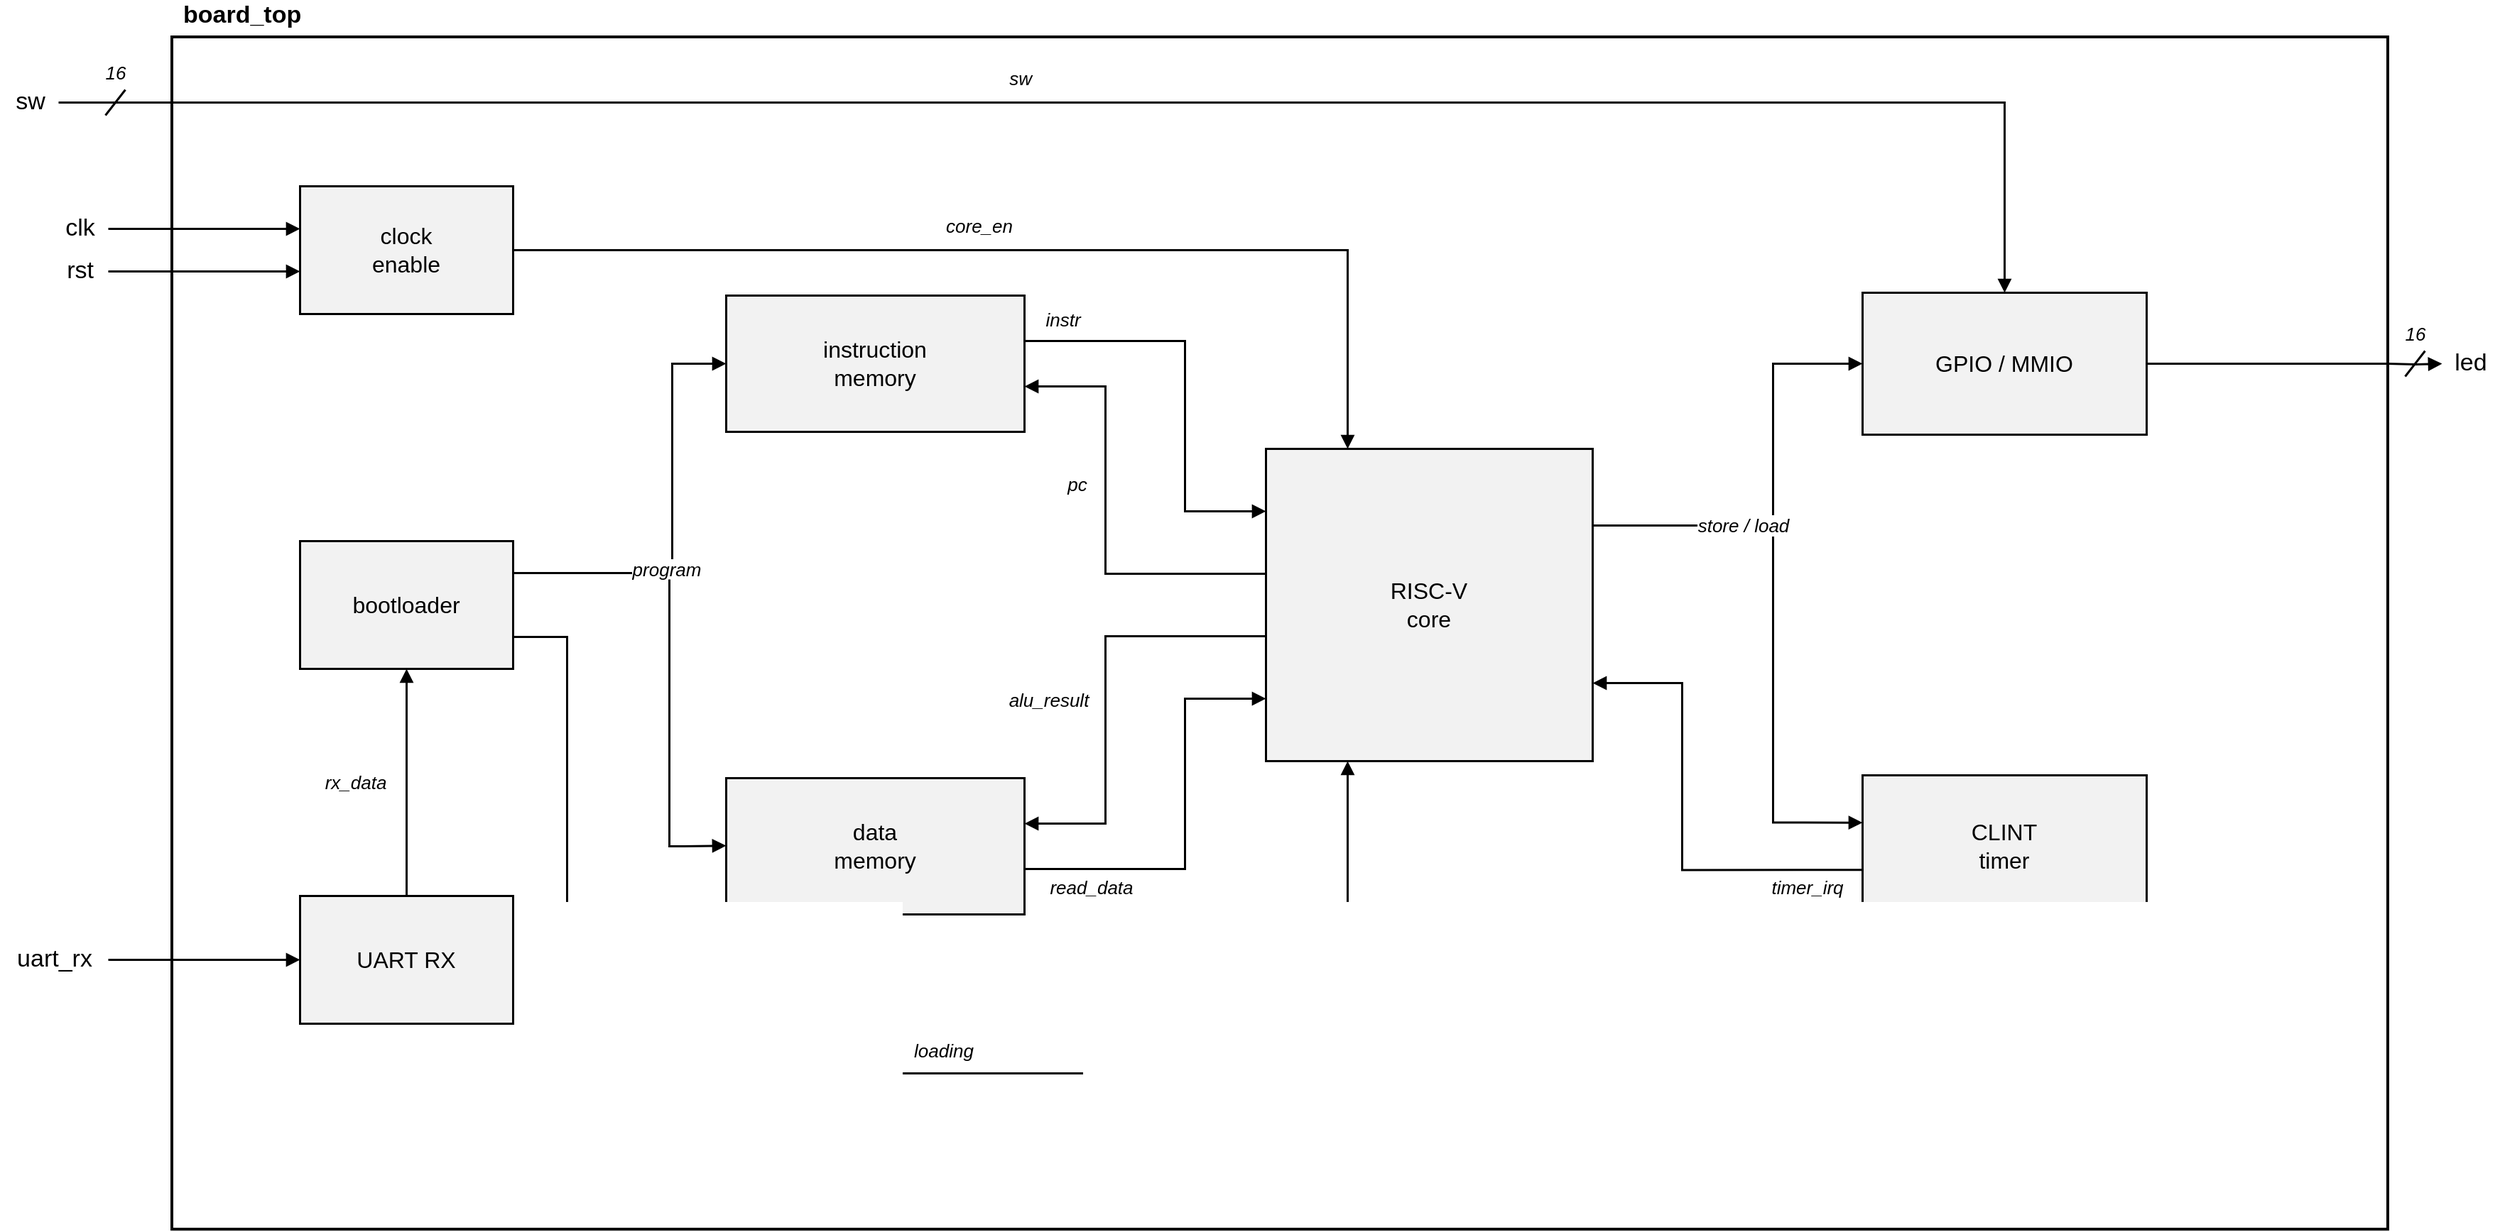
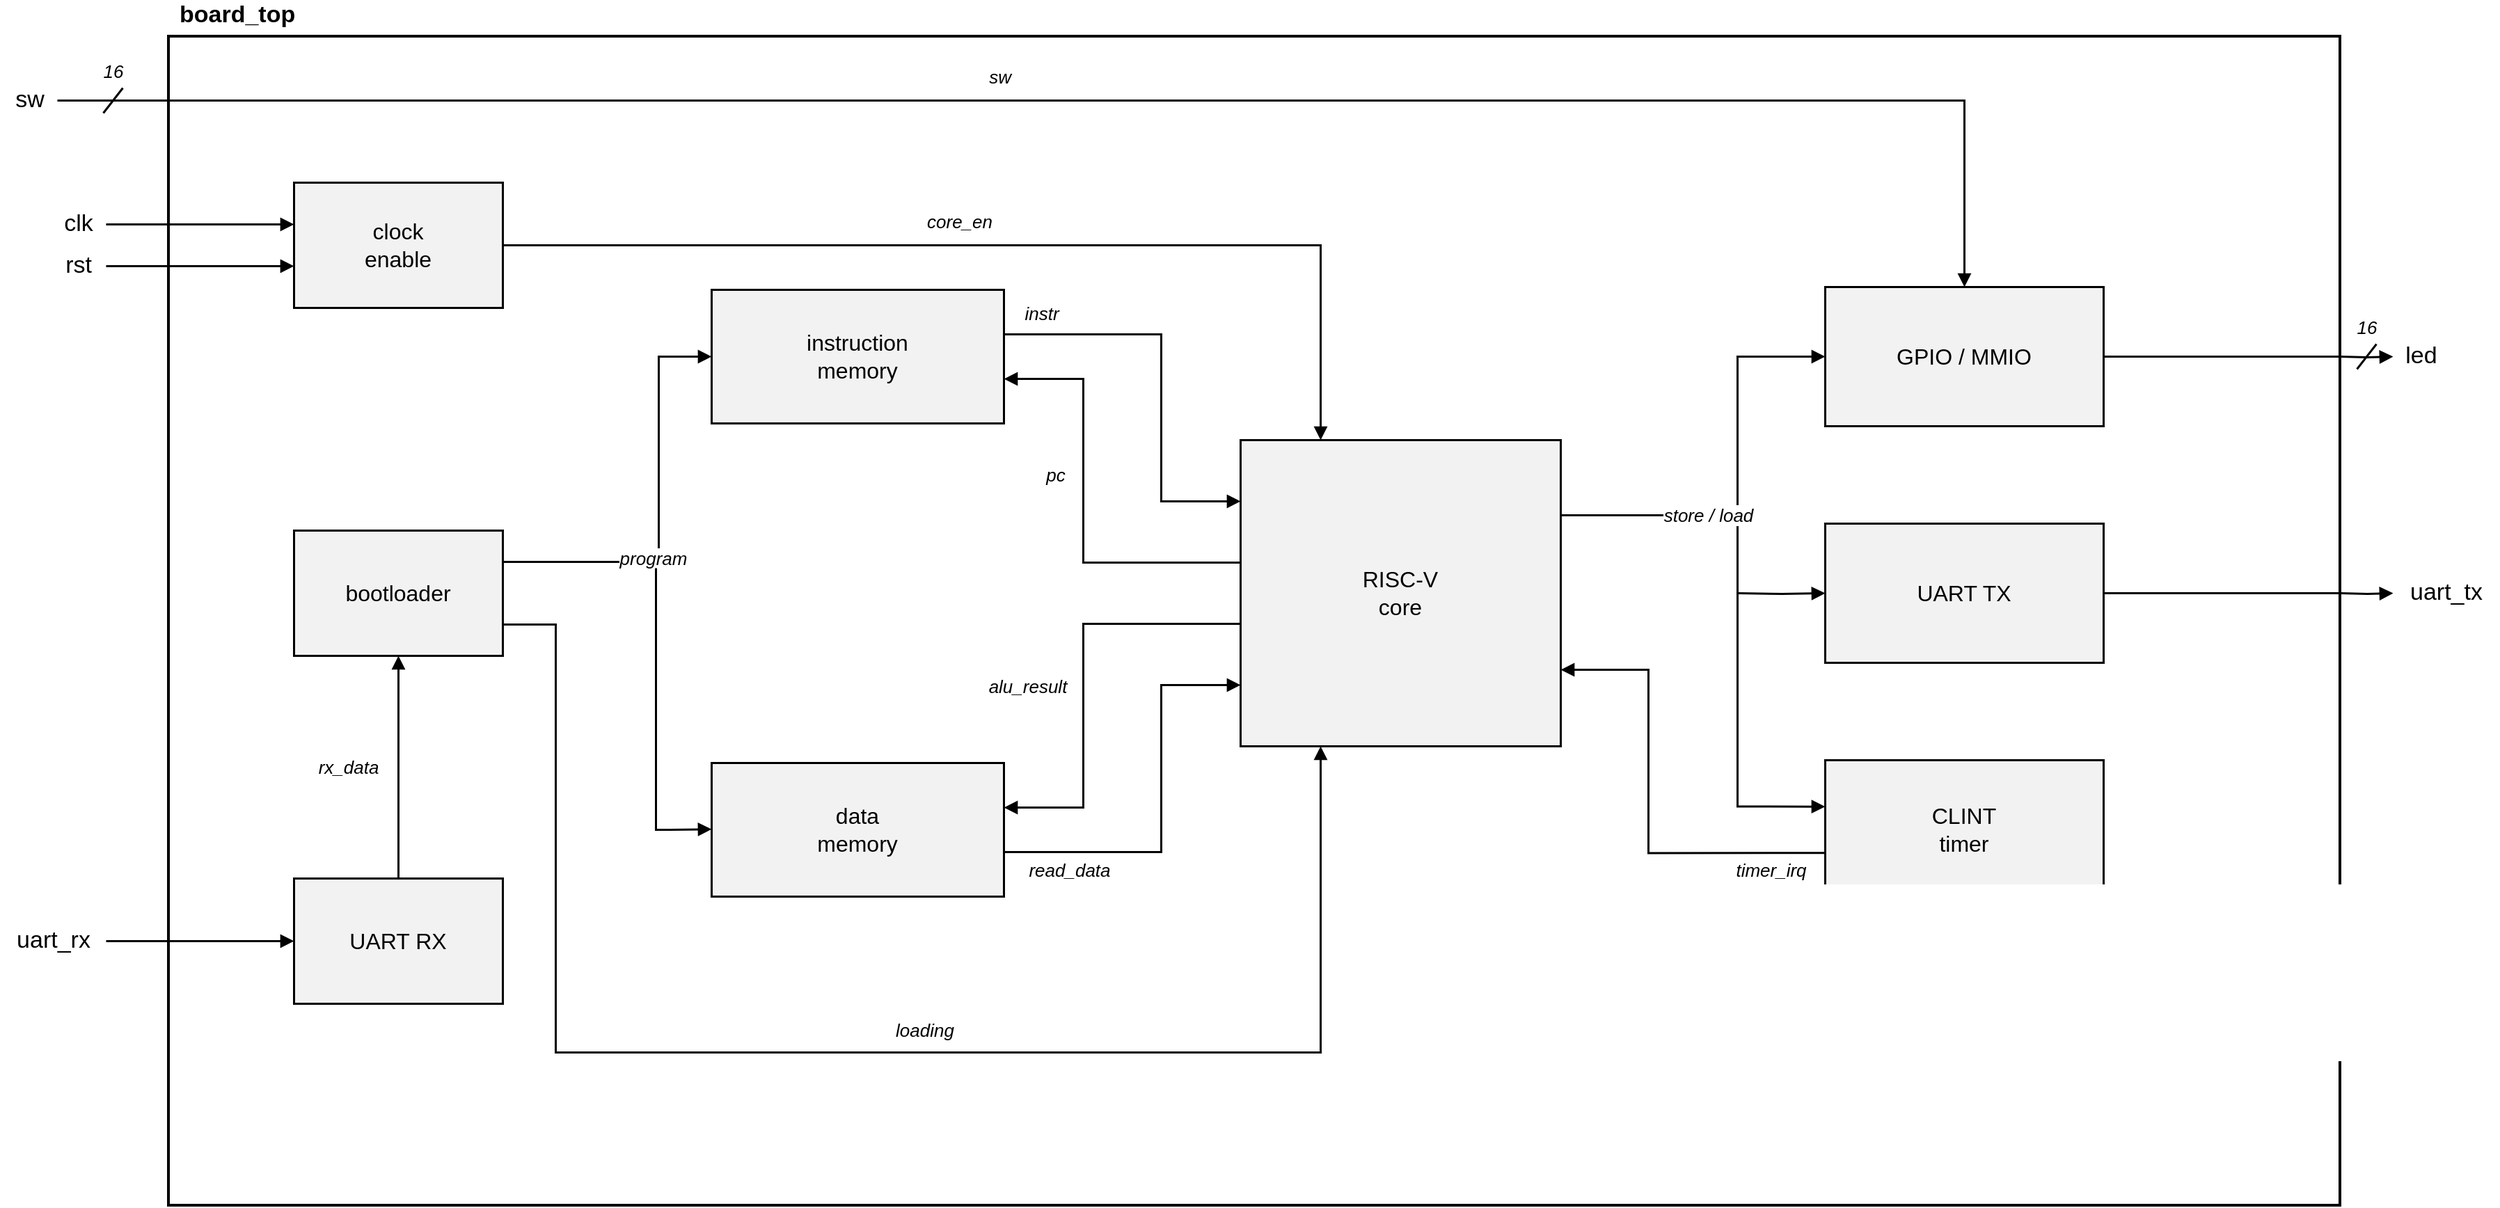
<mxfile host="65bd71144e" scale="2" border="10">
    <diagram name="board_top" id="board_top">
        <mxGraphModel dx="3333" dy="1522" grid="0" gridSize="10" guides="1" tooltips="1" connect="1" arrows="1" fold="1" page="1" pageScale="1" pageWidth="1880" pageHeight="1040" background="#ffffff" math="0" shadow="0">
            <root>
                <mxCell id="0"/>
                <mxCell id="1" parent="0"/>
                <mxCell id="outer" value="" style="rounded=0;whiteSpace=wrap;html=1;fillColor=none;strokeColor=#000000;strokeWidth=2;" parent="1" vertex="1">
                    <mxGeometry x="150" y="90" width="1560" height="840" as="geometry"/>
                </mxCell>
                <mxCell id="outer-lbl" value="board_top" style="text;html=1;align=left;verticalAlign=middle;fontStyle=1;fontSize=17;fillColor=none;strokeColor=none;" parent="1" vertex="1">
                    <mxGeometry x="156" y="64" width="160" height="22" as="geometry"/>
                </mxCell>
                <mxCell id="clken" value="clock&#xa;enable" style="rounded=0;whiteSpace=wrap;html=1;fillColor=#f2f2f2;strokeColor=#000000;strokeWidth=1.5;align=center;verticalAlign=middle;fontSize=16;" parent="1" vertex="1">
                    <mxGeometry x="240" y="195" width="150" height="90" as="geometry"/>
                </mxCell>
                <mxCell id="boot" value="bootloader" style="rounded=0;whiteSpace=wrap;html=1;fillColor=#f2f2f2;strokeColor=#000000;strokeWidth=1.5;align=center;verticalAlign=middle;fontSize=16;" parent="1" vertex="1">
                    <mxGeometry x="240" y="445" width="150" height="90" as="geometry"/>
                </mxCell>
                <mxCell id="uart" value="UART RX" style="rounded=0;whiteSpace=wrap;html=1;fillColor=#f2f2f2;strokeColor=#000000;strokeWidth=1.5;align=center;verticalAlign=middle;fontSize=16;" parent="1" vertex="1">
                    <mxGeometry x="240" y="695" width="150" height="90" as="geometry"/>
                </mxCell>
                <mxCell id="imem" value="instruction&#xa;memory" style="rounded=0;whiteSpace=wrap;html=1;fillColor=#f2f2f2;strokeColor=#000000;strokeWidth=1.5;align=center;verticalAlign=middle;fontSize=16;" parent="1" vertex="1">
                    <mxGeometry x="540" y="272" width="210" height="96" as="geometry"/>
                </mxCell>
                <mxCell id="dmem" value="data&#xa;memory" style="rounded=0;whiteSpace=wrap;html=1;fillColor=#f2f2f2;strokeColor=#000000;strokeWidth=1.5;align=center;verticalAlign=middle;fontSize=16;" parent="1" vertex="1">
                    <mxGeometry x="540" y="612" width="210" height="96" as="geometry"/>
                </mxCell>
                <mxCell id="core" value="RISC-V&#xa;core" style="rounded=0;whiteSpace=wrap;html=1;fillColor=#f2f2f2;strokeColor=#000000;strokeWidth=1.5;align=center;verticalAlign=middle;fontSize=16;" parent="1" vertex="1">
                    <mxGeometry x="920" y="380" width="230" height="220" as="geometry"/>
                </mxCell>
                <mxCell id="gpio" value="GPIO / MMIO" style="rounded=0;whiteSpace=wrap;html=1;fillColor=#f2f2f2;strokeColor=#000000;strokeWidth=1.5;align=center;verticalAlign=middle;fontSize=16;" parent="1" vertex="1">
                    <mxGeometry x="1340" y="270" width="200" height="100" as="geometry"/>
                </mxCell>
                <mxCell id="clint" value="CLINT&#xa;timer" style="rounded=0;whiteSpace=wrap;html=1;fillColor=#f2f2f2;strokeColor=#000000;strokeWidth=1.5;align=center;verticalAlign=middle;fontSize=16;" parent="1" vertex="1">
                    <mxGeometry x="1340" y="610" width="200" height="100" as="geometry"/>
                </mxCell>
                <mxCell id="io-sw" value="sw" style="text;html=1;align=center;verticalAlign=middle;fontSize=17;fillColor=none;strokeColor=none;" parent="1" vertex="1">
                    <mxGeometry x="30" y="125" width="40" height="22" as="geometry"/>
                </mxCell>
                <mxCell id="io-clk" value="clk" style="text;html=1;align=center;verticalAlign=middle;fontSize=17;fillColor=none;strokeColor=none;" parent="1" vertex="1">
                    <mxGeometry x="65" y="214" width="40" height="22" as="geometry"/>
                </mxCell>
                <mxCell id="io-rst" value="rst" style="text;html=1;align=center;verticalAlign=middle;fontSize=17;fillColor=none;strokeColor=none;" parent="1" vertex="1">
                    <mxGeometry x="65" y="244" width="40" height="22" as="geometry"/>
                </mxCell>
                <mxCell id="io-uartrx" value="uart_rx" style="text;html=1;align=center;verticalAlign=middle;fontSize=17;fillColor=none;strokeColor=none;" parent="1" vertex="1">
                    <mxGeometry x="29" y="729" width="76" height="22" as="geometry"/>
                </mxCell>
                <mxCell id="io-led" value="led" style="text;html=1;align=center;verticalAlign=middle;fontSize=17;fillColor=none;strokeColor=none;" parent="1" vertex="1">
                    <mxGeometry x="1748" y="309" width="40" height="22" as="geometry"/>
                </mxCell>
                <mxCell id="e-clk" style="edgeStyle=orthogonalEdgeStyle;rounded=0;html=1;strokeColor=#000000;strokeWidth=1.5;endArrow=block;endFill=1;exitX=1;exitY=0.5;entryX=0;entryY=0.3333;" parent="1" source="io-clk" target="clken" edge="1">
                    <mxGeometry relative="1" as="geometry"/>
                </mxCell>
                <mxCell id="e-rst" style="edgeStyle=orthogonalEdgeStyle;rounded=0;html=1;strokeColor=#000000;strokeWidth=1.5;endArrow=block;endFill=1;exitX=1;exitY=0.5;entryX=0;entryY=0.6667;" parent="1" source="io-rst" target="clken" edge="1">
                    <mxGeometry relative="1" as="geometry"/>
                </mxCell>
                <mxCell id="e-uartrx" style="edgeStyle=orthogonalEdgeStyle;rounded=0;html=1;strokeColor=#000000;strokeWidth=1.5;endArrow=block;endFill=1;exitX=1;exitY=0.5;entryX=0;entryY=0.5;" parent="1" source="io-uartrx" target="uart" edge="1">
                    <mxGeometry relative="1" as="geometry"/>
                </mxCell>
                <mxCell id="e-sw" value="sw" style="edgeStyle=orthogonalEdgeStyle;rounded=0;html=1;strokeColor=#000000;strokeWidth=1.5;endArrow=block;endFill=1;labelBackgroundColor=#ffffff;fontStyle=2;fontSize=13;exitX=1;exitY=0.5;entryX=0.5;entryY=0;" parent="1" source="io-sw" target="gpio" edge="1">
                    <mxGeometry x="-0.1" relative="1" as="geometry">
                        <mxPoint y="-17" as="offset"/>
                        <Array as="points">
                            <mxPoint x="1440" y="136"/>
                        </Array>
                    </mxGeometry>
                </mxCell>
                <mxCell id="e-rxdata" value="rx_data" style="edgeStyle=orthogonalEdgeStyle;rounded=0;html=1;strokeColor=#000000;strokeWidth=1.5;endArrow=block;endFill=1;labelBackgroundColor=#ffffff;fontStyle=2;fontSize=13;exitX=0.5;exitY=0;entryX=0.5;entryY=1;" parent="1" source="uart" target="boot" edge="1">
                    <mxGeometry relative="1" as="geometry">
                        <mxPoint x="-36" as="offset"/>
                    </mxGeometry>
                </mxCell>
                <mxCell id="e-prog-imem" value="program" style="edgeStyle=orthogonalEdgeStyle;rounded=0;html=1;strokeColor=#000000;strokeWidth=1.5;endArrow=block;endFill=1;labelBackgroundColor=#ffffff;fontStyle=2;fontSize=13;exitX=1;exitY=0.25;entryX=0;entryY=0.5;" parent="1" source="boot" target="imem" edge="1">
                    <mxGeometry x="-0.274" y="3" relative="1" as="geometry">
                        <mxPoint as="offset"/>
                        <Array as="points">
                            <mxPoint x="502" y="467"/>
                            <mxPoint x="502" y="320"/>
                        </Array>
                    </mxGeometry>
                </mxCell>
                <mxCell id="e-loading" value="loading" style="edgeStyle=orthogonalEdgeStyle;rounded=0;html=1;strokeColor=#000000;strokeWidth=1.5;endArrow=block;endFill=1;labelBackgroundColor=#ffffff;fontStyle=2;fontSize=13;exitX=1;exitY=0.75;entryX=0.25;entryY=1;" parent="1" source="boot" target="core" edge="1">
                    <mxGeometry x="0.0951" y="16" relative="1" as="geometry">
                        <mxPoint as="offset"/>
                        <Array as="points">
                            <mxPoint x="428" y="512"/>
                            <mxPoint x="428" y="820"/>
                            <mxPoint x="977" y="820"/>
                        </Array>
                    </mxGeometry>
                </mxCell>
                <mxCell id="e-coreen" value="core_en" style="edgeStyle=orthogonalEdgeStyle;rounded=0;html=1;strokeColor=#000000;strokeWidth=1.5;endArrow=block;endFill=1;labelBackgroundColor=#ffffff;fontStyle=2;fontSize=13;exitX=1;exitY=0.5;entryX=0.25;entryY=0;" parent="1" source="clken" target="core" edge="1">
                    <mxGeometry x="-0.1" relative="1" as="geometry">
                        <mxPoint y="-17" as="offset"/>
                        <Array as="points">
                            <mxPoint x="977" y="240"/>
                        </Array>
                    </mxGeometry>
                </mxCell>
                <mxCell id="e-instr" value="instr" style="edgeStyle=orthogonalEdgeStyle;rounded=0;html=1;strokeColor=#000000;strokeWidth=1.5;endArrow=block;endFill=1;labelBackgroundColor=#ffffff;fontStyle=2;fontSize=13;exitX=1;exitY=0.3333;entryX=0;entryY=0.2;" parent="1" source="imem" target="core" edge="1">
                    <mxGeometry x="-0.8138" y="15" relative="1" as="geometry">
                        <mxPoint as="offset"/>
                        <Array as="points">
                            <mxPoint x="863" y="304"/>
                            <mxPoint x="863" y="424"/>
                        </Array>
                    </mxGeometry>
                </mxCell>
                <mxCell id="e-pc" value="pc" style="edgeStyle=orthogonalEdgeStyle;rounded=0;html=1;strokeColor=#000000;strokeWidth=1.5;endArrow=block;endFill=1;labelBackgroundColor=#ffffff;fontStyle=2;fontSize=13;exitX=0;exitY=0.4;entryX=1;entryY=0.6667;" parent="1" source="core" target="imem" edge="1">
                    <mxGeometry x="0.1656" y="20" relative="1" as="geometry">
                        <mxPoint as="offset"/>
                        <Array as="points">
                            <mxPoint x="807" y="468"/>
                            <mxPoint x="807" y="336"/>
                        </Array>
                    </mxGeometry>
                </mxCell>
                <mxCell id="e-alu" value="alu_result" style="edgeStyle=orthogonalEdgeStyle;rounded=0;html=1;strokeColor=#000000;strokeWidth=1.5;endArrow=block;endFill=1;labelBackgroundColor=#ffffff;fontStyle=2;fontSize=13;exitX=0;exitY=0.6;entryX=1;entryY=0.3333;" parent="1" source="core" target="dmem" edge="1">
                    <mxGeometry x="0.0464" y="-40" relative="1" as="geometry">
                        <mxPoint as="offset"/>
                        <Array as="points">
                            <mxPoint x="807" y="512"/>
                            <mxPoint x="807" y="644"/>
                        </Array>
                    </mxGeometry>
                </mxCell>
                <mxCell id="e-rdata" value="read_data" style="edgeStyle=orthogonalEdgeStyle;rounded=0;html=1;strokeColor=#000000;strokeWidth=1.5;endArrow=block;endFill=1;labelBackgroundColor=#ffffff;fontStyle=2;fontSize=13;exitX=1;exitY=0.6667;entryX=0;entryY=0.8;" parent="1" source="dmem" target="core" edge="1">
                    <mxGeometry x="-0.6759" y="-13" relative="1" as="geometry">
                        <mxPoint as="offset"/>
                        <Array as="points">
                            <mxPoint x="863" y="676"/>
                            <mxPoint x="863" y="556"/>
                        </Array>
                    </mxGeometry>
                </mxCell>
                <mxCell id="e-mmio" value="" style="edgeStyle=orthogonalEdgeStyle;rounded=0;html=1;strokeColor=#000000;strokeWidth=1.5;endArrow=block;endFill=1;labelBackgroundColor=#ffffff;fontStyle=2;fontSize=13;entryX=0;entryY=0.5;" parent="1" target="gpio" edge="1">
                    <mxGeometry x="-0.8451" y="-53" relative="1" as="geometry">
                        <mxPoint as="offset"/>
                        <Array as="points">
                            <mxPoint x="1277" y="320"/>
                        </Array>
                        <mxPoint x="1277" y="490" as="sourcePoint"/>
                    </mxGeometry>
                </mxCell>
                <mxCell id="e-clint-bus" value="store / load" style="edgeStyle=orthogonalEdgeStyle;rounded=0;html=1;strokeColor=#000000;strokeWidth=1.5;endArrow=block;endFill=1;labelBackgroundColor=#ffffff;fontStyle=2;fontSize=13;exitX=1;exitY=0.25;entryX=0;entryY=0.3333;exitDx=0;exitDy=0;" parent="1" source="core" target="clint" edge="1">
                    <mxGeometry x="-0.4654" relative="1" as="geometry">
                        <mxPoint as="offset"/>
                        <Array as="points">
                            <mxPoint x="1277" y="434"/>
                            <mxPoint x="1277" y="643"/>
                        </Array>
                    </mxGeometry>
                </mxCell>
                <mxCell id="e-timerirq" value="timer_irq" style="edgeStyle=orthogonalEdgeStyle;rounded=0;html=1;strokeColor=#000000;strokeWidth=1.5;endArrow=block;endFill=1;labelBackgroundColor=#ffffff;fontStyle=2;fontSize=13;exitX=0;exitY=0.6667;entryX=1;entryY=0.75;" parent="1" source="clint" target="core" edge="1">
                    <mxGeometry x="-0.7575" y="12" relative="1" as="geometry">
                        <mxPoint as="offset"/>
                        <Array as="points">
                            <mxPoint x="1213" y="677"/>
                            <mxPoint x="1213" y="545"/>
                        </Array>
                    </mxGeometry>
                </mxCell>
                <mxCell id="e-led-int" style="edgeStyle=orthogonalEdgeStyle;rounded=0;html=1;strokeColor=#000000;strokeWidth=1.5;endArrow=none;exitX=1;exitY=0.5;" parent="1" source="gpio" edge="1">
                    <mxGeometry relative="1" as="geometry">
                        <mxPoint x="1710" y="320" as="targetPoint"/>
                    </mxGeometry>
                </mxCell>
                <mxCell id="e-led-ext" style="edgeStyle=orthogonalEdgeStyle;rounded=0;html=1;strokeColor=#000000;strokeWidth=1.5;endArrow=block;endFill=1;entryX=0;entryY=0.5;" parent="1" target="io-led" edge="1">
                    <mxGeometry relative="1" as="geometry">
                        <mxPoint x="1710" y="320" as="sourcePoint"/>
                        <mxPoint x="1748" y="320" as="targetPoint"/>
                    </mxGeometry>
                </mxCell>
                <mxCell id="bus-led" style="endArrow=none;startArrow=none;html=1;strokeColor=#000000;strokeWidth=1.5;" parent="1" edge="1">
                    <mxGeometry relative="1" as="geometry">
                        <mxPoint x="1722" y="329" as="sourcePoint"/>
                        <mxPoint x="1736" y="311" as="targetPoint"/>
                    </mxGeometry>
                </mxCell>
                <mxCell id="busw-led" value="16" style="text;html=1;align=center;fontStyle=2;fontSize=13;fillColor=none;strokeColor=none;" parent="1" vertex="1">
                    <mxGeometry x="1699" y="285" width="60" height="18" as="geometry"/>
                </mxCell>
                <mxCell id="bus-sw" style="endArrow=none;startArrow=none;html=1;strokeColor=#000000;strokeWidth=1.5;" parent="1" edge="1">
                    <mxGeometry relative="1" as="geometry">
                        <mxPoint x="103" y="145" as="sourcePoint"/>
                        <mxPoint x="117" y="127" as="targetPoint"/>
                    </mxGeometry>
                </mxCell>
                <mxCell id="busw-sw" value="16" style="text;html=1;align=center;fontStyle=2;fontSize=13;fillColor=none;strokeColor=none;" parent="1" vertex="1">
                    <mxGeometry x="80" y="101" width="60" height="18" as="geometry"/>
                </mxCell>
                <mxCell id="3" style="edgeStyle=orthogonalEdgeStyle;rounded=0;html=1;strokeColor=#000000;strokeWidth=1.5;endArrow=block;endFill=1;entryX=0;entryY=0.5;verticalAlign=middle;horizontal=1;flowAnimation=0;" edge="1" parent="1">
                    <mxGeometry relative="1" as="geometry">
                        <mxPoint x="500" y="472" as="sourcePoint"/>
                        <mxPoint x="540" y="659.58" as="targetPoint"/>
                        <Array as="points">
                            <mxPoint x="500" y="660"/>
                            <mxPoint x="510" y="660"/>
                        </Array>
                    </mxGeometry>
                </mxCell>
+                 <mxCell id="uarttx" value="UART TX" style="rounded=0;whiteSpace=wrap;html=1;fillColor=#f2f2f2;strokeColor=#000000;strokeWidth=1.5;align=center;verticalAlign=middle;fontSize=16;" parent="1" vertex="1">
+                     <mxGeometry x="1340" y="440" width="200" height="100" as="geometry"/>
+                 </mxCell>
+                 <mxCell id="io-uarttx" value="uart_tx" style="text;html=1;align=center;verticalAlign=middle;fontSize=17;fillColor=none;strokeColor=none;" parent="1" vertex="1">
+                     <mxGeometry x="1748" y="479" width="76" height="22" as="geometry"/>
+                 </mxCell>
+                 <mxCell id="e-uarttx-bus" style="edgeStyle=orthogonalEdgeStyle;rounded=0;html=1;strokeColor=#000000;strokeWidth=1.5;endArrow=block;endFill=1;entryX=0;entryY=0.5;" parent="1" target="uarttx" edge="1">
+                     <mxGeometry relative="1" as="geometry">
+                         <mxPoint x="1277" y="490" as="sourcePoint"/>
+                     </mxGeometry>
+                 </mxCell>
+                 <mxCell id="e-uarttx-int" style="edgeStyle=orthogonalEdgeStyle;rounded=0;html=1;strokeColor=#000000;strokeWidth=1.5;endArrow=none;exitX=1;exitY=0.5;" parent="1" source="uarttx" edge="1">
+                     <mxGeometry relative="1" as="geometry">
+                         <mxPoint x="1710" y="490" as="targetPoint"/>
+                     </mxGeometry>
+                 </mxCell>
+                 <mxCell id="e-uarttx-ext" style="edgeStyle=orthogonalEdgeStyle;rounded=0;html=1;strokeColor=#000000;strokeWidth=1.5;endArrow=block;endFill=1;entryX=0;entryY=0.5;" parent="1" target="io-uarttx" edge="1">
+                     <mxGeometry relative="1" as="geometry">
+                         <mxPoint x="1710" y="490" as="sourcePoint"/>
+                         <mxPoint x="1748" y="490" as="targetPoint"/>
+                     </mxGeometry>
+                 </mxCell>
            </root>
        </mxGraphModel>
    </diagram>
</mxfile>